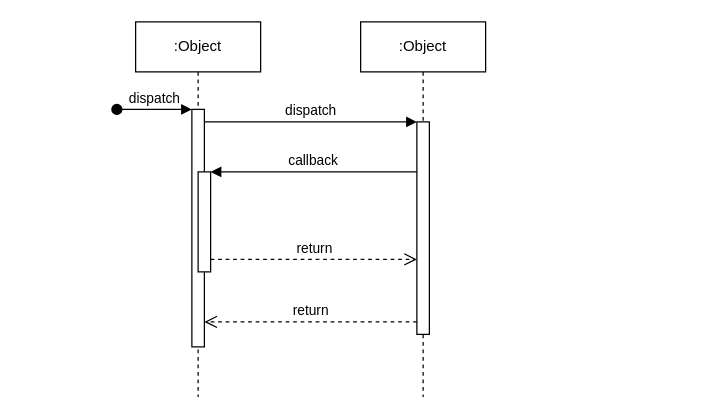
Before: 제목 없는 다이어그램.drawio in afg9327/Week1301ChampionList, a draw.io diagram. Source tidied: cells renumbered, new cells numbered last; positions are measured from the earlier drawing's top-left corner, leaving out a move shared by most shapes. Both pictures are drawn from the tidied source at 125%, with x=0, y=0 at pixel (116, 21).
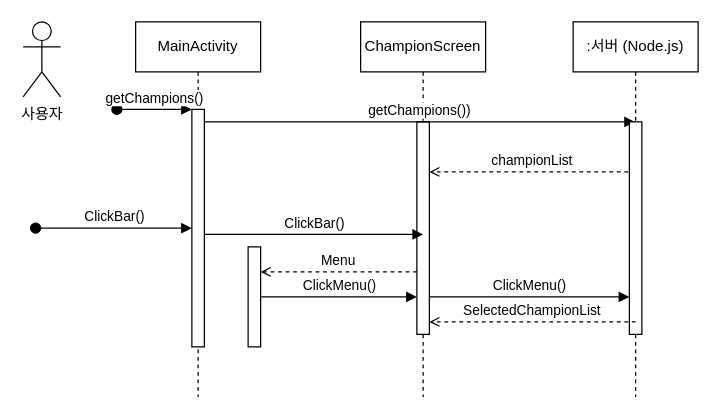
After the change.

Commit message:
제목 없는 다이어그램.drawio 업데이트

The change refers to these unchanged cells:
```xml
<mxCell id="3" style="html=1;points=[];perimeter=orthogonalPerimeter;outlineConnect=0;targetShapes=umlLifeline;portConstraint=eastwest;newEdgeStyle={&quot;edgeStyle&quot;:&quot;elbowEdgeStyle&quot;,&quot;elbow&quot;:&quot;vertical&quot;,&quot;curved&quot;:0,&quot;rounded&quot;:0};" parent="2" vertex="1">
  <mxGeometry x="45" y="70" width="10" height="190" as="geometry" />
</mxCell>
<mxCell id="7" style="html=1;points=[];perimeter=orthogonalPerimeter;outlineConnect=0;targetShapes=umlLifeline;portConstraint=eastwest;newEdgeStyle={&quot;edgeStyle&quot;:&quot;elbowEdgeStyle&quot;,&quot;elbow&quot;:&quot;vertical&quot;,&quot;curved&quot;:0,&quot;rounded&quot;:0};" parent="6" vertex="1">
  <mxGeometry x="45" y="80" width="10" height="170" as="geometry" />
</mxCell>
```

The edit, as a diff of the source:
```diff
@@
-    <mxCell id="2" value=":Object" style="shape=umlLifeline;perimeter=lifelinePerimeter;whiteSpace=wrap;html=1;newEdgeStyle={&quot;edgeStyle&quot;:&quot;elbowEdgeStyle&quot;,&quot;elbow&quot;:&quot;vertical&quot;,&quot;curved&quot;:0,&quot;rounded&quot;:0};" parent="1" vertex="1">
+    <mxCell id="2" value="MainActivity" style="shape=umlLifeline;perimeter=lifelinePerimeter;whiteSpace=wrap;html=1;newEdgeStyle={&quot;edgeStyle&quot;:&quot;elbowEdgeStyle&quot;,&quot;elbow&quot;:&quot;vertical&quot;,&quot;curved&quot;:0,&quot;rounded&quot;:0};" parent="1" vertex="1">
       <mxGeometry x="15" width="100" height="300" as="geometry" />
     </mxCell>
@@
-    <mxCell id="4" value="dispatch" style="html=1;verticalAlign=bottom;startArrow=oval;endArrow=block;startSize=8;edgeStyle=elbowEdgeStyle;elbow=vertical;curved=0;rounded=0;" parent="2" edge="1" target="3">
+    <mxCell id="4" value="getChampions()" style="html=1;verticalAlign=bottom;startArrow=oval;endArrow=block;startSize=8;edgeStyle=elbowEdgeStyle;elbow=vertical;curved=0;rounded=0;" parent="2" edge="1" target="3">
       <mxGeometry relative="1" as="geometry">
         <mxPoint x="-15" y="70" as="sourcePoint" />
       </mxGeometry>
     </mxCell>
     <mxCell id="5" style="html=1;points=[];perimeter=orthogonalPerimeter;outlineConnect=0;targetShapes=umlLifeline;portConstraint=eastwest;newEdgeStyle={&quot;edgeStyle&quot;:&quot;elbowEdgeStyle&quot;,&quot;elbow&quot;:&quot;vertical&quot;,&quot;curved&quot;:0,&quot;rounded&quot;:0};" parent="2" vertex="1">
-      <mxGeometry x="50" y="120" width="10" height="80" as="geometry" />
+      <mxGeometry x="90" y="180" width="10" height="80" as="geometry" />
     </mxCell>
-    <mxCell id="6" value=":Object" style="shape=umlLifeline;perimeter=lifelinePerimeter;whiteSpace=wrap;html=1;newEdgeStyle={&quot;edgeStyle&quot;:&quot;elbowEdgeStyle&quot;,&quot;elbow&quot;:&quot;vertical&quot;,&quot;curved&quot;:0,&quot;rounded&quot;:0};" parent="1" vertex="1">
+    <mxCell id="6" value="ChampionScreen" style="shape=umlLifeline;perimeter=lifelinePerimeter;whiteSpace=wrap;html=1;newEdgeStyle={&quot;edgeStyle&quot;:&quot;elbowEdgeStyle&quot;,&quot;elbow&quot;:&quot;vertical&quot;,&quot;curved&quot;:0,&quot;rounded&quot;:0};" parent="1" vertex="1">
       <mxGeometry x="195" width="100" height="300" as="geometry" />
     </mxCell>
@@
-    <mxCell id="8" value="dispatch" style="html=1;verticalAlign=bottom;endArrow=block;edgeStyle=elbowEdgeStyle;elbow=vertical;curved=0;rounded=0;" parent="1" edge="1" source="3" target="7">
+    <mxCell id="8" value="getChampions())" style="html=1;verticalAlign=bottom;endArrow=block;edgeStyle=elbowEdgeStyle;elbow=vertical;curved=0;rounded=0;" parent="1" edge="1" source="3" target="12">
       <mxGeometry relative="1" as="geometry">
         <Array as="points">
           <mxPoint x="155" y="80" />
         </Array>
       </mxGeometry>
     </mxCell>
-    <mxCell id="9" value="return" style="html=1;verticalAlign=bottom;endArrow=open;dashed=1;endSize=8;edgeStyle=elbowEdgeStyle;elbow=vertical;curved=0;rounded=0;" parent="1" edge="1" source="7" target="3">
-      <mxGeometry relative="1" as="geometry">
-        <Array as="points">
-          <mxPoint x="165" y="240" />
-        </Array>
-      </mxGeometry>
-    </mxCell>
-    <mxCell id="10" value="callback" style="html=1;verticalAlign=bottom;endArrow=block;edgeStyle=elbowEdgeStyle;elbow=vertical;curved=0;rounded=0;" parent="1" edge="1" source="7" target="5">
+    <mxCell id="10" value="championList" style="html=1;verticalAlign=bottom;endArrow=open;edgeStyle=elbowEdgeStyle;elbow=horizontal;curved=0;rounded=0;dashed=1;endFill=0;" parent="1" edge="1">
       <mxGeometry relative="1" as="geometry">
+        <mxPoint x="415" y="120" as="sourcePoint" />
+        <mxPoint x="250" y="120" as="targetPoint" />
         <Array as="points">
-          <mxPoint x="165" y="120" />
+          <mxPoint x="340" y="120" />
         </Array>
       </mxGeometry>
     </mxCell>
-    <mxCell id="11" value="return" style="html=1;verticalAlign=bottom;endArrow=open;dashed=1;endSize=8;edgeStyle=elbowEdgeStyle;elbow=vertical;curved=0;rounded=0;" parent="1" edge="1" source="5" target="7">
-      <mxGeometry relative="1" as="geometry">
-        <Array as="points">
-          <mxPoint x="155" y="190" />
-        </Array>
-      </mxGeometry>
-    </mxCell>
+    <mxCell id="12" value=":서버 (Node.js)" style="shape=umlLifeline;perimeter=lifelinePerimeter;whiteSpace=wrap;html=1;outlineConnect=0;portConstraint=eastwest;newEdgeStyle={&quot;edgeStyle&quot;:&quot;elbowEdgeStyle&quot;,&quot;elbow&quot;:&quot;vertical&quot;,&quot;curved&quot;:0,&quot;rounded&quot;:0};" parent="1" vertex="1">
+      <mxGeometry x="365" width="100" height="300" as="geometry" />
+    </mxCell>
+    <mxCell id="13" style="html=1;perimeter=orthogonalPerimeter;targetShapes=umlLifeline;newEdgeStyle={&quot;edgeStyle&quot;:&quot;elbowEdgeStyle&quot;,&quot;elbow&quot;:&quot;vertical&quot;,&quot;curved&quot;:0,&quot;rounded&quot;:0};" parent="12" vertex="1">
+      <mxGeometry x="45" y="80" width="10" height="170" as="geometry" />
+    </mxCell>
+    <mxCell id="14" value="사용자" style="shape=umlActor;verticalLabelPosition=bottom;verticalAlign=top;html=1;" parent="1" vertex="1">
+      <mxGeometry x="-75" width="30" height="60" as="geometry" />
+    </mxCell>
+    <mxCell id="15" value="ClickBar()" style="html=1;verticalAlign=bottom;endArrow=block;edgeStyle=elbowEdgeStyle;elbow=vertical;curved=0;rounded=0;" parent="1" edge="1">
+      <mxGeometry relative="1" as="geometry">
+        <mxPoint x="70" y="170" as="sourcePoint" />
+        <mxPoint x="245" y="170" as="targetPoint" />
+        <Array as="points">
+          <mxPoint x="155" y="170" />
+        </Array>
+      </mxGeometry>
+    </mxCell>
+    <mxCell id="16" value="ClickBar()" style="html=1;verticalAlign=bottom;startArrow=oval;endArrow=block;startSize=8;edgeStyle=elbowEdgeStyle;elbow=vertical;curved=0;rounded=0;" parent="1" edge="1">
+      <mxGeometry relative="1" as="geometry">
+        <mxPoint x="-65" y="165" as="sourcePoint" />
+        <mxPoint x="60" y="164.8" as="targetPoint" />
+      </mxGeometry>
+    </mxCell>
+    <mxCell id="17" value="Menu" style="html=1;verticalAlign=bottom;endArrow=open;edgeStyle=elbowEdgeStyle;elbow=horizontal;curved=0;rounded=0;dashed=1;endFill=0;" parent="1" edge="1" target="5">
+      <mxGeometry relative="1" as="geometry">
+        <mxPoint x="240" y="200" as="sourcePoint" />
+        <Array as="points">
+          <mxPoint x="165" y="200" />
+        </Array>
+      </mxGeometry>
+    </mxCell>
+    <mxCell id="18" value="ClickMenu()" style="html=1;verticalAlign=bottom;endArrow=block;edgeStyle=elbowEdgeStyle;elbow=vertical;curved=0;rounded=0;" parent="1" edge="1" target="7">
+      <mxGeometry relative="1" as="geometry">
+        <mxPoint x="115" y="220" as="sourcePoint" />
+        <Array as="points">
+          <mxPoint x="200" y="220" />
+        </Array>
+      </mxGeometry>
+    </mxCell>
+    <mxCell id="19" value="ClickMenu()" style="html=1;verticalAlign=bottom;endArrow=block;edgeStyle=elbowEdgeStyle;elbow=vertical;curved=0;rounded=0;" parent="1" edge="1" source="7">
+      <mxGeometry relative="1" as="geometry">
+        <mxPoint x="410" y="220" as="targetPoint" />
+        <Array as="points">
+          <mxPoint x="370" y="220" />
+        </Array>
+      </mxGeometry>
+    </mxCell>
+    <mxCell id="20" value="SelectedChampionList" style="html=1;verticalAlign=bottom;endArrow=open;edgeStyle=elbowEdgeStyle;elbow=horizontal;curved=0;rounded=0;dashed=1;endFill=0;" parent="1" edge="1">
+      <mxGeometry relative="1" as="geometry">
+        <mxPoint x="415" y="240" as="sourcePoint" />
+        <mxPoint x="250" y="240" as="targetPoint" />
+        <Array as="points">
+          <mxPoint x="340" y="240" />
+        </Array>
+      </mxGeometry>
+    </mxCell>
```
